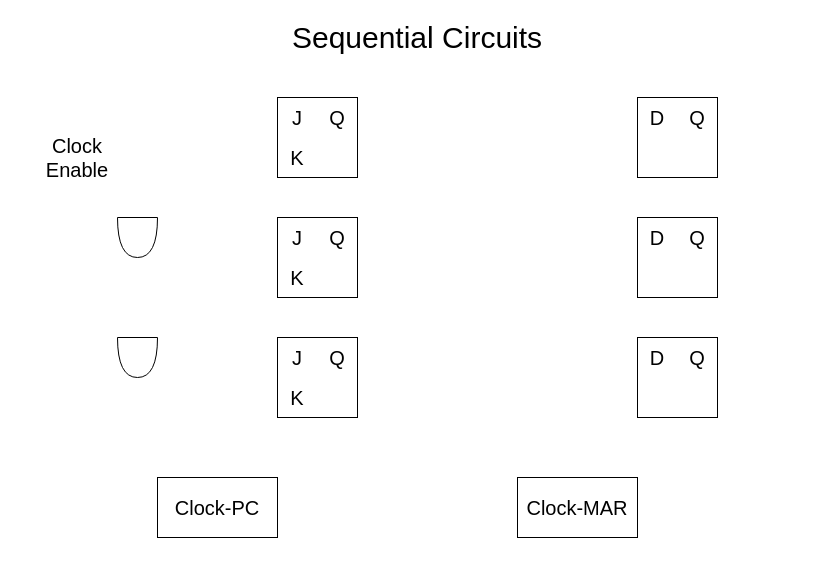
This is flip-flops/CGS3269_SequentialCircuits.drawio from zaynedoc/cgs3269, a draw.io file, before an edit. Source tidied: cells renumbered, new cells numbered last; positions are measured from the earlier drawing's top-left corner, leaving out a move shared by most shapes. Both pictures are drawn from the tidied source at 100%, with x=0, y=0 at pixel (37, 17).
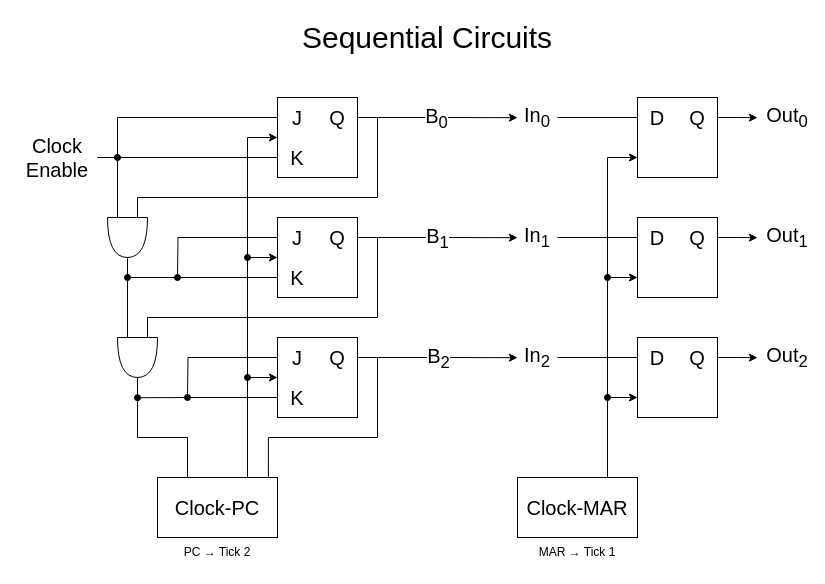
The same diagram, later.

Unchanged cells that the change refers to:
```xml
<mxCell id="2" value="&lt;font style=&quot;font-size: 20px;&quot;&gt;Clock-PC&lt;/font&gt;" style="rounded=0;whiteSpace=wrap;html=1;" parent="1" vertex="1">
<mxCell id="3" value="&lt;font style=&quot;font-size: 20px;&quot;&gt;Clock-MAR&lt;/font&gt;" style="rounded=0;whiteSpace=wrap;html=1;" parent="1" vertex="1">
<mxCell id="6" style="shape=or;whiteSpace=wrap;html=1;rotation=90;" parent="1" vertex="1">
<mxCell id="8" style="group;" parent="1" vertex="1">
<mxCell id="11" value="K" style="text;html=1;whiteSpace=wrap;strokeColor=none;fillColor=none;align=center;verticalAlign=middle;rounded=0;fontSize=20;" parent="8" vertex="1">
<mxCell id="12" value="Q" style="text;html=1;whiteSpace=wrap;strokeColor=none;fillColor=none;align=center;verticalAlign=middle;rounded=0;fontSize=20;" parent="8" vertex="1">
<mxCell id="13" style="group;" parent="1" vertex="1">
<mxCell id="15" value="J" style="text;html=1;whiteSpace=wrap;strokeColor=none;fillColor=none;align=center;verticalAlign=middle;rounded=0;fontSize=20;" parent="13" vertex="1">
<mxCell id="16" value="K" style="text;html=1;whiteSpace=wrap;strokeColor=none;fillColor=none;align=center;verticalAlign=middle;rounded=0;fontSize=20;" parent="13" vertex="1">
<mxCell id="17" value="Q" style="text;html=1;whiteSpace=wrap;strokeColor=none;fillColor=none;align=center;verticalAlign=middle;rounded=0;fontSize=20;" parent="13" vertex="1">
<mxCell id="18" style="group;" parent="1" vertex="1">
<mxCell id="20" value="J" style="text;html=1;whiteSpace=wrap;strokeColor=none;fillColor=none;align=center;verticalAlign=middle;rounded=0;fontSize=20;" parent="18" vertex="1">
<mxCell id="21" value="K" style="text;html=1;whiteSpace=wrap;strokeColor=none;fillColor=none;align=center;verticalAlign=middle;rounded=0;fontSize=20;" parent="18" vertex="1">
<mxCell id="22" value="Q" style="text;html=1;whiteSpace=wrap;strokeColor=none;fillColor=none;align=center;verticalAlign=middle;rounded=0;fontSize=20;" parent="18" vertex="1">
<mxCell id="23" style="group;" parent="1" vertex="1">
<mxCell id="24" style="rounded=0;whiteSpace=wrap;html=1;" parent="23" vertex="1">
<mxCell id="25" value="D" style="text;html=1;whiteSpace=wrap;strokeColor=none;fillColor=none;align=center;verticalAlign=middle;rounded=0;fontSize=20;" parent="23" vertex="1">
<mxCell id="26" value="Q" style="text;html=1;whiteSpace=wrap;strokeColor=none;fillColor=none;align=center;verticalAlign=middle;rounded=0;fontSize=20;" parent="23" vertex="1">
<mxCell id="27" style="group;" parent="1" vertex="1">
<mxCell id="28" style="rounded=0;whiteSpace=wrap;html=1;" parent="27" vertex="1">
<mxCell id="29" value="D" style="text;html=1;whiteSpace=wrap;strokeColor=none;fillColor=none;align=center;verticalAlign=middle;rounded=0;fontSize=20;" parent="27" vertex="1">
<mxCell id="30" value="Q" style="text;html=1;whiteSpace=wrap;strokeColor=none;fillColor=none;align=center;verticalAlign=middle;rounded=0;fontSize=20;" parent="27" vertex="1">
<mxCell id="31" style="group;" parent="1" vertex="1">
<mxCell id="32" style="rounded=0;whiteSpace=wrap;html=1;" parent="31" vertex="1">
<mxCell id="33" value="D" style="text;html=1;whiteSpace=wrap;strokeColor=none;fillColor=none;align=center;verticalAlign=middle;rounded=0;fontSize=20;" parent="31" vertex="1">
<mxCell id="34" value="Q" style="text;html=1;whiteSpace=wrap;strokeColor=none;fillColor=none;align=center;verticalAlign=middle;rounded=0;fontSize=20;" parent="31" vertex="1">
```

The edit, as a diff of the source:
```diff
@@
+    <mxCell id="35" style="edgeStyle=orthogonalEdgeStyle;rounded=0;jettySize=auto;html=1;exitX=0.75;exitY=0;exitDx=0;exitDy=0;entryX=0;entryY=0;entryDx=0;entryDy=0;" parent="1" edge="1" source="2" target="11">
+      <mxGeometry relative="1" as="geometry">
+        <Array as="points">
+          <mxPoint x="210" y="120" />
+        </Array>
+      </mxGeometry>
+    </mxCell>
@@
+    <mxCell id="36" style="edgeStyle=orthogonalEdgeStyle;rounded=0;jettySize=auto;html=1;exitX=0.75;exitY=0;exitDx=0;exitDy=0;entryX=0;entryY=0.75;entryDx=0;entryDy=0;" parent="1" edge="1" source="3" target="24">
+      <mxGeometry relative="1" as="geometry" />
+    </mxCell>
@@
+    <mxCell id="37" style="edgeStyle=orthogonalEdgeStyle;rounded=0;jettySize=auto;html=1;exitX=1;exitY=0.5;exitDx=0;exitDy=0;entryX=0;entryY=0.5;entryDx=0;entryDy=0;endArrow=none;endFill=0;" parent="1" edge="1" source="4" target="11">
+      <mxGeometry relative="1" as="geometry" />
+    </mxCell>
     <mxCell id="4" value="&lt;div&gt;&lt;font style=&quot;font-size: 20px;&quot;&gt;Clock&lt;/font&gt;&lt;/div&gt;&lt;div&gt;&lt;font style=&quot;font-size: 20px;&quot;&gt;Enable&lt;/font&gt;&lt;/div&gt;" style="text;html=1;whiteSpace=wrap;strokeColor=none;fillColor=none;align=center;verticalAlign=middle;rounded=0;" parent="1" vertex="1">
-      <mxGeometry y="120" width="80" height="40" as="geometry" />
+      <mxGeometry x="-20" y="120" width="80" height="40" as="geometry" />
     </mxCell>
     <mxCell id="5" value="&lt;font style=&quot;font-size: 30px;&quot;&gt;Sequential Circuits&lt;/font&gt;" style="text;html=1;whiteSpace=wrap;strokeColor=none;fillColor=none;align=center;verticalAlign=middle;rounded=0;" parent="1" vertex="1">
-      <mxGeometry x="240" width="280" height="40" as="geometry" />
+      <mxGeometry x="250" width="280" height="40" as="geometry" />
     </mxCell>
+    <mxCell id="38" style="edgeStyle=orthogonalEdgeStyle;rounded=0;jettySize=auto;html=1;exitX=1;exitY=0.5;exitDx=0;exitDy=0;exitPerimeter=0;entryX=0.25;entryY=0;entryDx=0;entryDy=0;endArrow=none;endFill=0;" parent="1" edge="1" source="6" target="2">
+      <mxGeometry relative="1" as="geometry">
+        <Array as="points">
+          <mxPoint x="100" y="420" />
+          <mxPoint x="150" y="420" />
+        </Array>
+      </mxGeometry>
+    </mxCell>
@@
     <mxCell id="7" style="shape=or;whiteSpace=wrap;html=1;rotation=90;" parent="1" vertex="1">
-      <mxGeometry x="80" y="200" width="40" height="40" as="geometry" />
+      <mxGeometry x="70" y="200" width="40" height="40" as="geometry" />
     </mxCell>
@@
+    <mxCell id="39" style="edgeStyle=orthogonalEdgeStyle;rounded=0;jettySize=auto;html=1;exitX=1;exitY=0.5;exitDx=0;exitDy=0;" parent="8" edge="1" source="12">
+      <mxGeometry relative="1" as="geometry">
+        <mxPoint x="240" y="20.2" as="targetPoint" />
+      </mxGeometry>
+    </mxCell>
+    <mxCell id="40" value="B&lt;sub&gt;0&lt;/sub&gt;" style="edgeLabel;html=1;align=center;verticalAlign=middle;fontSize=20;" parent="39" vertex="1">
+      <mxGeometry x="-0.03" relative="1" as="geometry" />
+    </mxCell>
@@
+    <mxCell id="41" style="edgeStyle=orthogonalEdgeStyle;rounded=0;jettySize=auto;html=1;exitX=0;exitY=0.5;exitDx=0;exitDy=0;endArrow=oval;endFill=1;" parent="13" edge="1" source="15">
+      <mxGeometry relative="1" as="geometry">
+        <mxPoint x="-100" y="60" as="targetPoint" />
+      </mxGeometry>
+    </mxCell>
@@
+    <mxCell id="42" style="edgeStyle=orthogonalEdgeStyle;rounded=0;jettySize=auto;html=1;exitX=0;exitY=0.5;exitDx=0;exitDy=0;endArrow=oval;endFill=1;" parent="13" edge="1" source="16">
+      <mxGeometry relative="1" as="geometry">
+        <mxPoint x="-150" y="60" as="targetPoint" />
+      </mxGeometry>
+    </mxCell>
+    <mxCell id="43" style="edgeStyle=orthogonalEdgeStyle;rounded=0;jettySize=auto;html=1;exitX=0;exitY=0;exitDx=0;exitDy=0;startArrow=classic;startFill=1;endArrow=oval;endFill=1;" parent="13" edge="1" source="16">
+      <mxGeometry relative="1" as="geometry">
+        <mxPoint x="-30" y="40.2" as="targetPoint" />
+      </mxGeometry>
+    </mxCell>
@@
+    <mxCell id="44" style="edgeStyle=orthogonalEdgeStyle;rounded=0;jettySize=auto;html=1;exitX=1;exitY=0.5;exitDx=0;exitDy=0;" parent="13" edge="1" source="17">
+      <mxGeometry relative="1" as="geometry">
+        <mxPoint x="240" y="20.2" as="targetPoint" />
+      </mxGeometry>
+    </mxCell>
+    <mxCell id="45" value="B&lt;sub&gt;1&lt;/sub&gt;" style="edgeLabel;html=1;align=center;verticalAlign=middle;fontSize=20;" parent="44" vertex="1">
+      <mxGeometry y="-1" relative="1" as="geometry" />
+    </mxCell>
@@
+    <mxCell id="46" style="edgeStyle=orthogonalEdgeStyle;rounded=0;jettySize=auto;html=1;exitX=0;exitY=1;exitDx=0;exitDy=0;startArrow=classic;startFill=1;endArrow=oval;endFill=1;" parent="18" edge="1" source="20">
+      <mxGeometry relative="1" as="geometry">
+        <mxPoint x="-30" y="40.2" as="targetPoint" />
+      </mxGeometry>
+    </mxCell>
+    <mxCell id="47" style="edgeStyle=orthogonalEdgeStyle;rounded=0;jettySize=auto;html=1;exitX=0;exitY=0.5;exitDx=0;exitDy=0;endArrow=oval;endFill=1;" parent="18" edge="1" source="20">
+      <mxGeometry relative="1" as="geometry">
+        <mxPoint x="-90" y="60" as="targetPoint" />
+      </mxGeometry>
+    </mxCell>
@@
+    <mxCell id="48" style="edgeStyle=orthogonalEdgeStyle;rounded=0;jettySize=auto;html=1;exitX=0;exitY=0.5;exitDx=0;exitDy=0;endArrow=oval;endFill=1;startArrow=none;startFill=0;" parent="18" edge="1" source="21">
+      <mxGeometry relative="1" as="geometry">
+        <mxPoint x="-140" y="60.2" as="targetPoint" />
+      </mxGeometry>
+    </mxCell>
@@
+    <mxCell id="49" style="edgeStyle=orthogonalEdgeStyle;rounded=0;jettySize=auto;html=1;exitX=1;exitY=0.5;exitDx=0;exitDy=0;" parent="18" edge="1" source="22">
+      <mxGeometry relative="1" as="geometry">
+        <mxPoint x="240" y="20.2" as="targetPoint" />
+      </mxGeometry>
+    </mxCell>
+    <mxCell id="50" value="B&lt;sub&gt;2&lt;/sub&gt;" style="edgeLabel;html=1;align=center;verticalAlign=middle;fontSize=20;" parent="49" vertex="1">
+      <mxGeometry x="-0.01" relative="1" as="geometry" />
+    </mxCell>
@@
+    <mxCell id="51" style="edgeStyle=orthogonalEdgeStyle;rounded=0;jettySize=auto;html=1;exitX=1;exitY=0.5;exitDx=0;exitDy=0;" parent="23" edge="1" source="26">
+      <mxGeometry relative="1" as="geometry">
+        <mxPoint x="120" y="20.2" as="targetPoint" />
+      </mxGeometry>
+    </mxCell>
@@
+    <mxCell id="52" style="edgeStyle=orthogonalEdgeStyle;rounded=0;jettySize=auto;html=1;exitX=0;exitY=0.75;exitDx=0;exitDy=0;startArrow=classic;startFill=1;endArrow=oval;endFill=1;" parent="27" edge="1" source="28">
+      <mxGeometry relative="1" as="geometry">
+        <mxPoint x="-30" y="60.2" as="targetPoint" />
+      </mxGeometry>
+    </mxCell>
@@
+    <mxCell id="53" style="edgeStyle=orthogonalEdgeStyle;rounded=0;jettySize=auto;html=1;exitX=1;exitY=0.5;exitDx=0;exitDy=0;" parent="27" edge="1" source="30">
+      <mxGeometry relative="1" as="geometry">
+        <mxPoint x="120" y="20.2" as="targetPoint" />
+      </mxGeometry>
+    </mxCell>
@@
+    <mxCell id="54" style="edgeStyle=orthogonalEdgeStyle;rounded=0;jettySize=auto;html=1;exitX=0;exitY=0.75;exitDx=0;exitDy=0;endArrow=oval;endFill=1;startArrow=classic;startFill=1;" parent="31" edge="1" source="32">
+      <mxGeometry relative="1" as="geometry">
+        <mxPoint x="-30" y="60.2" as="targetPoint" />
+      </mxGeometry>
+    </mxCell>
@@
+    <mxCell id="55" style="edgeStyle=orthogonalEdgeStyle;rounded=0;jettySize=auto;html=1;exitX=1;exitY=0.5;exitDx=0;exitDy=0;" parent="31" edge="1" source="34">
+      <mxGeometry relative="1" as="geometry">
+        <mxPoint x="120" y="20.2" as="targetPoint" />
+      </mxGeometry>
+    </mxCell>
@@
+    <mxCell id="56" style="edgeStyle=orthogonalEdgeStyle;rounded=0;jettySize=auto;html=1;exitX=1;exitY=0.5;exitDx=0;exitDy=0;entryX=0;entryY=0.75;entryDx=0;entryDy=0;entryPerimeter=0;endArrow=none;endFill=0;" parent="1" edge="1" source="4" target="7">
+      <mxGeometry relative="1" as="geometry" />
+    </mxCell>
+    <mxCell id="57" style="edgeStyle=orthogonalEdgeStyle;rounded=0;jettySize=auto;html=1;exitX=1;exitY=0.5;exitDx=0;exitDy=0;exitPerimeter=0;entryX=0;entryY=0.75;entryDx=0;entryDy=0;entryPerimeter=0;endArrow=none;endFill=0;" parent="1" edge="1" source="7" target="6">
+      <mxGeometry relative="1" as="geometry" />
+    </mxCell>
+    <mxCell id="58" style="edgeStyle=orthogonalEdgeStyle;rounded=0;orthogonalLoop=1;jettySize=auto;html=1;exitX=0;exitY=0.5;exitDx=0;exitDy=0;endArrow=oval;endFill=1;" parent="1" edge="1">
+      <mxGeometry relative="1" as="geometry">
+        <mxPoint x="240" y="110" as="sourcePoint" />
+        <mxPoint x="80" y="140" as="targetPoint" />
+        <Array as="points">
+          <mxPoint x="80" y="100" />
+          <mxPoint x="80" y="140" />
+        </Array>
+      </mxGeometry>
+    </mxCell>
+    <mxCell id="59" style="edgeStyle=orthogonalEdgeStyle;rounded=0;jettySize=auto;html=1;exitX=1;exitY=0.5;exitDx=0;exitDy=0;entryX=0;entryY=0.25;entryDx=0;entryDy=0;entryPerimeter=0;endArrow=none;endFill=0;" parent="1" edge="1" source="12" target="7">
+      <mxGeometry relative="1" as="geometry">
+        <Array as="points">
+          <mxPoint x="340" y="100" />
+          <mxPoint x="340" y="180" />
+          <mxPoint x="100" y="180" />
+        </Array>
+      </mxGeometry>
+    </mxCell>
+    <mxCell id="60" style="edgeStyle=orthogonalEdgeStyle;rounded=0;jettySize=auto;html=1;exitX=1;exitY=0.5;exitDx=0;exitDy=0;entryX=0;entryY=0.25;entryDx=0;entryDy=0;entryPerimeter=0;endArrow=none;endFill=0;" parent="1" edge="1" source="17" target="6">
+      <mxGeometry relative="1" as="geometry">
+        <Array as="points">
+          <mxPoint x="340" y="220" />
+          <mxPoint x="340" y="300" />
+          <mxPoint x="110" y="300" />
+        </Array>
+      </mxGeometry>
+    </mxCell>
+    <mxCell id="61" style="edgeStyle=orthogonalEdgeStyle;rounded=0;jettySize=auto;html=1;exitX=1;exitY=0.5;exitDx=0;exitDy=0;entryX=0.924;entryY=0.004;entryDx=0;entryDy=0;entryPerimeter=0;endArrow=none;endFill=0;" parent="1" edge="1" source="22" target="2">
+      <mxGeometry relative="1" as="geometry">
+        <Array as="points">
+          <mxPoint x="340" y="340" />
+          <mxPoint x="340" y="420" />
+          <mxPoint x="231" y="420" />
+        </Array>
+      </mxGeometry>
+    </mxCell>
+    <mxCell id="62" style="edgeStyle=orthogonalEdgeStyle;rounded=0;jettySize=auto;html=1;exitX=1;exitY=0.5;exitDx=0;exitDy=0;entryX=0;entryY=0.5;entryDx=0;entryDy=0;endArrow=none;endFill=0;" parent="1" edge="1" source="63" target="25">
+      <mxGeometry relative="1" as="geometry" />
+    </mxCell>
+    <mxCell id="63" value="&lt;font style=&quot;font-size: 20px;&quot;&gt;In&lt;sub&gt;0&lt;/sub&gt;&lt;/font&gt;" style="text;html=1;whiteSpace=wrap;strokeColor=none;fillColor=none;align=center;verticalAlign=middle;rounded=0;" parent="1" vertex="1">
+      <mxGeometry x="480" y="80" width="40" height="40" as="geometry" />
+    </mxCell>
+    <mxCell id="64" style="edgeStyle=orthogonalEdgeStyle;rounded=0;jettySize=auto;html=1;exitX=1;exitY=0.5;exitDx=0;exitDy=0;entryX=0;entryY=0.5;entryDx=0;entryDy=0;endArrow=none;endFill=0;" parent="1" edge="1" source="65" target="29">
+      <mxGeometry relative="1" as="geometry" />
+    </mxCell>
+    <mxCell id="65" value="&lt;font style=&quot;font-size: 20px;&quot;&gt;In&lt;sub&gt;1&lt;/sub&gt;&lt;/font&gt;" style="text;html=1;whiteSpace=wrap;strokeColor=none;fillColor=none;align=center;verticalAlign=middle;rounded=0;" parent="1" vertex="1">
+      <mxGeometry x="480" y="200" width="40" height="40" as="geometry" />
+    </mxCell>
+    <mxCell id="66" style="edgeStyle=orthogonalEdgeStyle;rounded=0;jettySize=auto;html=1;exitX=1;exitY=0.5;exitDx=0;exitDy=0;entryX=0;entryY=0.5;entryDx=0;entryDy=0;endArrow=none;endFill=0;" parent="1" edge="1" source="67" target="33">
+      <mxGeometry relative="1" as="geometry" />
+    </mxCell>
+    <mxCell id="67" value="&lt;font style=&quot;font-size: 20px;&quot;&gt;In&lt;sub&gt;2&lt;/sub&gt;&lt;/font&gt;" style="text;html=1;whiteSpace=wrap;strokeColor=none;fillColor=none;align=center;verticalAlign=middle;rounded=0;" parent="1" vertex="1">
+      <mxGeometry x="480" y="320" width="40" height="40" as="geometry" />
+    </mxCell>
+    <mxCell id="68" value="&lt;font style=&quot;font-size: 20px;&quot;&gt;Out&lt;sub&gt;0&lt;/sub&gt;&lt;/font&gt;" style="text;html=1;whiteSpace=wrap;strokeColor=none;fillColor=none;align=center;verticalAlign=middle;rounded=0;" parent="1" vertex="1">
+      <mxGeometry x="730" y="80" width="40" height="40" as="geometry" />
+    </mxCell>
+    <mxCell id="69" value="&lt;font style=&quot;font-size: 20px;&quot;&gt;Out&lt;sub&gt;1&lt;/sub&gt;&lt;/font&gt;" style="text;html=1;whiteSpace=wrap;strokeColor=none;fillColor=none;align=center;verticalAlign=middle;rounded=0;" parent="1" vertex="1">
+      <mxGeometry x="730" y="200" width="40" height="40" as="geometry" />
+    </mxCell>
+    <mxCell id="70" value="&lt;font style=&quot;font-size: 20px;&quot;&gt;Out&lt;sub&gt;2&lt;/sub&gt;&lt;/font&gt;" style="text;html=1;whiteSpace=wrap;strokeColor=none;fillColor=none;align=center;verticalAlign=middle;rounded=0;" parent="1" vertex="1">
+      <mxGeometry x="730" y="320" width="40" height="40" as="geometry" />
+    </mxCell>
+    <mxCell id="71" value="MAR → Tick 1" style="text;html=1;whiteSpace=wrap;strokeColor=none;fillColor=none;align=center;verticalAlign=middle;rounded=0;" parent="1" vertex="1">
+      <mxGeometry x="480" y="520" width="120" height="30" as="geometry" />
+    </mxCell>
+    <mxCell id="72" value="PC → Tick 2" style="text;html=1;whiteSpace=wrap;strokeColor=none;fillColor=none;align=center;verticalAlign=middle;rounded=0;" parent="1" vertex="1">
+      <mxGeometry x="120" y="520" width="120" height="30" as="geometry" />
+    </mxCell>
```
